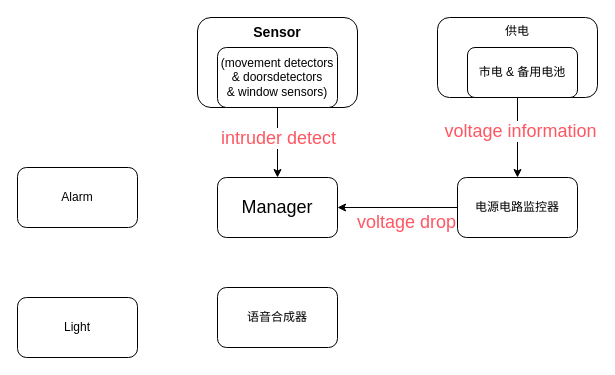
Above: page "第 1 页" (1 of 2) of drawio/软件设计2.drawio in hyperv0id/Pictures (draw.io), before the change. Source tidied: cells renumbered, new cells numbered last; positions are measured from the earlier drawing's top-left corner, leaving out a move shared by most shapes. Both pictures are drawn from the tidied source at 100%, with x=0, y=0 at pixel (17, 17).
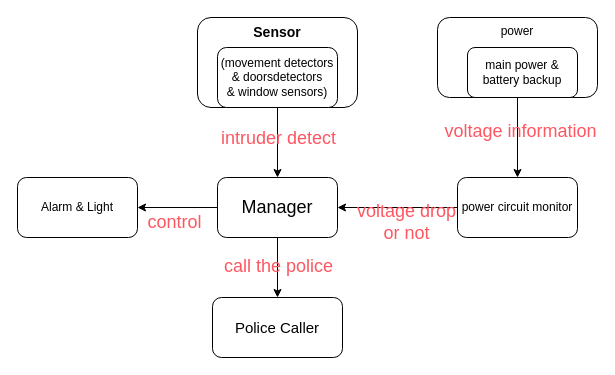
The same page after the edit.

Commit message:
更新软件设计2.drawio

The change refers to these unchanged cells:
```xml
<mxCell id="3" value="&lt;font style=&quot;font-size: 18px;&quot;&gt;Manager&lt;/font&gt;" style="rounded=1;whiteSpace=wrap;html=1;" parent="1" vertex="1">
  <mxGeometry x="200" y="160" width="120" height="60" as="geometry" />
</mxCell>
<mxCell id="11" style="endArrow=classic;html=1;rounded=0;fontSize=18;entryX=0.5;entryY=0;entryDx=0;entryDy=0;" parent="1" edge="1" target="3">
  <mxGeometry relative="1" as="geometry">
    <mxPoint x="260" y="90" as="sourcePoint" />
  </mxGeometry>
</mxCell>
<mxCell id="15" style="endArrow=classic;html=1;rounded=0;fontSize=18;entryX=0.5;entryY=0;entryDx=0;entryDy=0;" parent="1" edge="1" target="6">
  <mxGeometry relative="1" as="geometry">
    <mxPoint x="500" y="80" as="sourcePoint" />
  </mxGeometry>
</mxCell>
```

What changed in the source:
```diff
@@
-    <mxCell id="4" value="供电" style="rounded=1;whiteSpace=wrap;html=1;verticalAlign=top;" parent="1" vertex="1">
+    <mxCell id="4" value="power" style="rounded=1;whiteSpace=wrap;html=1;verticalAlign=top;" parent="1" vertex="1">
       <mxGeometry x="420" width="160" height="80" as="geometry" />
     </mxCell>
-    <mxCell id="5" value="市电 &amp;amp; 备用电池" style="rounded=1;whiteSpace=wrap;html=1;" parent="1" vertex="1">
+    <mxCell id="5" value="main power &amp;amp; battery backup" style="rounded=1;whiteSpace=wrap;html=1;" parent="1" vertex="1">
       <mxGeometry x="450" y="30" width="110" height="50" as="geometry" />
     </mxCell>
-    <mxCell id="6" value="电源电路监控器" style="rounded=1;whiteSpace=wrap;html=1;" parent="1" vertex="1">
+    <mxCell id="6" value="power circuit monitor" style="rounded=1;whiteSpace=wrap;html=1;" parent="1" vertex="1">
       <mxGeometry x="440" y="160" width="120" height="60" as="geometry" />
     </mxCell>
-    <mxCell id="7" value="Alarm" style="rounded=1;whiteSpace=wrap;html=1;" parent="1" vertex="1">
-      <mxGeometry y="150" width="120" height="60" as="geometry" />
+    <mxCell id="7" value="Alarm &amp;amp; Light" style="rounded=1;whiteSpace=wrap;html=1;" parent="1" vertex="1">
+      <mxGeometry y="160" width="120" height="60" as="geometry" />
     </mxCell>
-    <mxCell id="8" value="Light" style="rounded=1;whiteSpace=wrap;html=1;" parent="1" vertex="1">
-      <mxGeometry y="280" width="120" height="60" as="geometry" />
-    </mxCell>
-    <mxCell id="9" value="语音合成器" style="rounded=1;whiteSpace=wrap;html=1;" parent="1" vertex="1">
-      <mxGeometry x="200" y="270" width="120" height="60" as="geometry" />
-    </mxCell>
@@
-    <mxCell id="12" value="&lt;span style=&quot;color: rgb(255, 87, 98);&quot;&gt;intruder&amp;nbsp;&lt;/span&gt;&lt;font color=&quot;#ff5762&quot;&gt;detect&lt;/font&gt;" style="edgeLabel;html=1;align=center;verticalAlign=middle;fontSize=18;" parent="11" vertex="1">
+    <mxCell id="12" value="&lt;span style=&quot;color: rgb(255, 87, 98);&quot;&gt;intruder&amp;nbsp;&lt;/span&gt;&lt;font color=&quot;#ff5762&quot;&gt;detect&lt;/font&gt;" style="edgeLabel;html=1;align=center;verticalAlign=middle;fontSize=18;labelBackgroundColor=none;" parent="11" vertex="1">
       <mxGeometry x="-0.56" y="-1" relative="1" as="geometry">
         <mxPoint x="1" y="15" as="offset" />
       </mxGeometry>
     </mxCell>
-    <mxCell id="13" style="endArrow=classic;html=1;rounded=0;fontSize=18;entryX=1;entryY=0.5;entryDx=0;entryDy=0;exitX=0;exitY=0.5;exitDx=0;exitDy=0;" parent="1" edge="1" source="6" target="3">
+    <mxCell id="13" style="endArrow=classic;html=1;rounded=0;fontSize=18;entryX=1;entryY=0.5;entryDx=0;entryDy=0;exitX=0;exitY=0.5;exitDx=0;exitDy=0;fillColor=none;" parent="1" edge="1" source="6" target="3">
       <mxGeometry relative="1" as="geometry" />
     </mxCell>
-    <mxCell id="14" value="&lt;font color=&quot;#ff5762&quot;&gt;voltage drop&lt;/font&gt;" style="edgeLabel;html=1;align=center;verticalAlign=middle;fontSize=18;" parent="13" vertex="1">
+    <mxCell id="14" value="&lt;font color=&quot;#ff5762&quot;&gt;voltage drop&lt;br&gt;or not&lt;br&gt;&lt;/font&gt;" style="edgeLabel;html=1;align=center;verticalAlign=middle;fontSize=18;labelBackgroundColor=none;" parent="13" vertex="1">
       <mxGeometry x="-0.56" y="-1" relative="1" as="geometry">
         <mxPoint x="-26" y="15" as="offset" />
       </mxGeometry>
     </mxCell>
@@
-    <mxCell id="16" value="&lt;font color=&quot;#ff5762&quot;&gt;voltage information&lt;/font&gt;" style="edgeLabel;html=1;align=center;verticalAlign=middle;fontSize=18;" parent="15" vertex="1">
+    <mxCell id="16" value="&lt;font color=&quot;#ff5762&quot;&gt;voltage information&lt;/font&gt;" style="edgeLabel;html=1;align=center;verticalAlign=middle;fontSize=18;labelBackgroundColor=none;" parent="15" vertex="1">
       <mxGeometry x="-0.56" y="-1" relative="1" as="geometry">
         <mxPoint x="3" y="15" as="offset" />
       </mxGeometry>
     </mxCell>
+    <mxCell id="17" value="&lt;font style=&quot;font-size: 15px;&quot;&gt;Police Caller&lt;/font&gt;" style="rounded=1;whiteSpace=wrap;html=1;verticalAlign=middle;" parent="1" vertex="1">
+      <mxGeometry x="195" y="280" width="130" height="60" as="geometry" />
+    </mxCell>
+    <mxCell id="18" style="endArrow=classic;html=1;rounded=0;fontSize=18;entryX=1;entryY=0.5;entryDx=0;entryDy=0;exitX=0;exitY=0.5;exitDx=0;exitDy=0;" parent="1" edge="1" source="3" target="7">
+      <mxGeometry relative="1" as="geometry" />
+    </mxCell>
+    <mxCell id="19" value="&lt;font color=&quot;#ff5762&quot;&gt;control&lt;/font&gt;" style="edgeLabel;html=1;align=center;verticalAlign=middle;fontSize=18;labelBackgroundColor=none;" parent="18" vertex="1">
+      <mxGeometry x="-0.56" y="-1" relative="1" as="geometry">
+        <mxPoint x="-26" y="15" as="offset" />
+      </mxGeometry>
+    </mxCell>
+    <mxCell id="20" style="endArrow=classic;html=1;rounded=0;fontSize=18;entryX=0.5;entryY=0;entryDx=0;entryDy=0;exitX=0.5;exitY=1;exitDx=0;exitDy=0;" parent="1" edge="1" source="3" target="17">
+      <mxGeometry relative="1" as="geometry" />
+    </mxCell>
+    <mxCell id="21" value="&lt;font color=&quot;#ff5762&quot;&gt;call the police&lt;/font&gt;" style="edgeLabel;html=1;align=center;verticalAlign=middle;fontSize=18;labelBackgroundColor=none;" parent="20" vertex="1">
+      <mxGeometry x="-0.56" y="-1" relative="1" as="geometry">
+        <mxPoint x="1" y="15" as="offset" />
+      </mxGeometry>
+    </mxCell>
```
